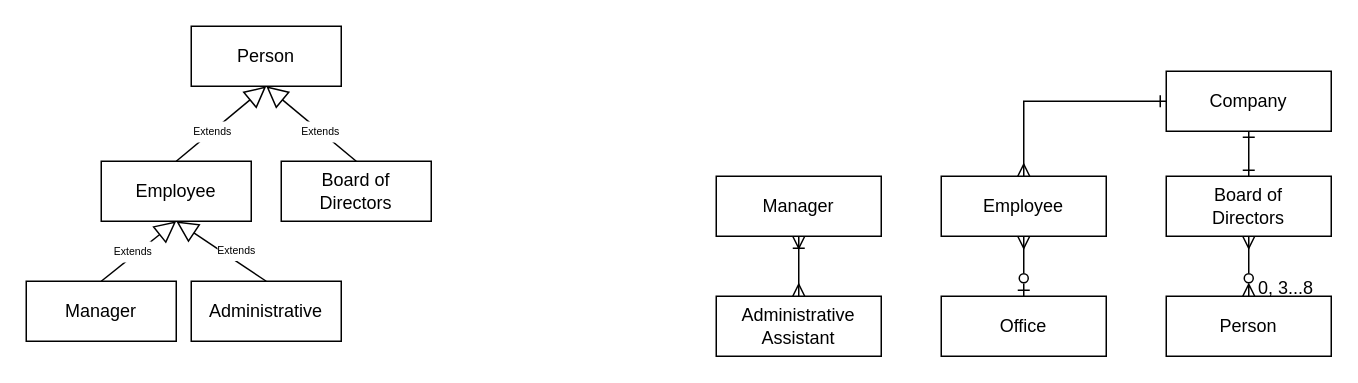
Above: Hw2/Class Diagram.drawio in Niomoo/Object-Oriented-Software-Programming (draw.io), before the change. Source tidied: cells renumbered, new cells numbered last; positions are measured from the earlier drawing's top-left corner, leaving out a move shared by most shapes. Both pictures are drawn from the tidied source at 150%, with x=0, y=0 at pixel (26, 26).
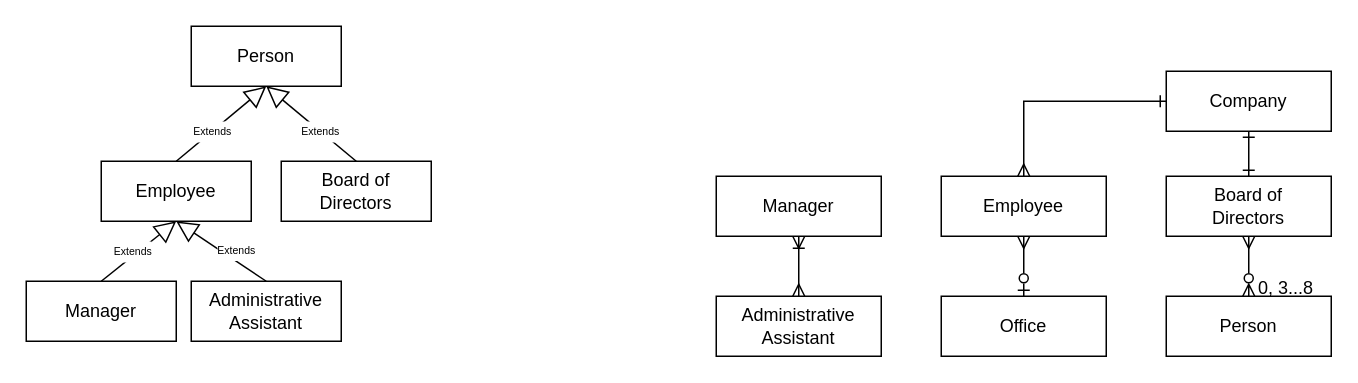
The same diagram, later.

The edit, as a diff of the source:
```diff
@@
-    <mxCell id="20" value="Administrative" style="html=1;whiteSpace=wrap;" parent="1" vertex="1">
+    <mxCell id="20" value="Administrative&lt;br&gt;Assistant" style="html=1;whiteSpace=wrap;" parent="1" vertex="1">
       <mxGeometry x="110" y="170" width="100" height="40" as="geometry" />
     </mxCell>
```
